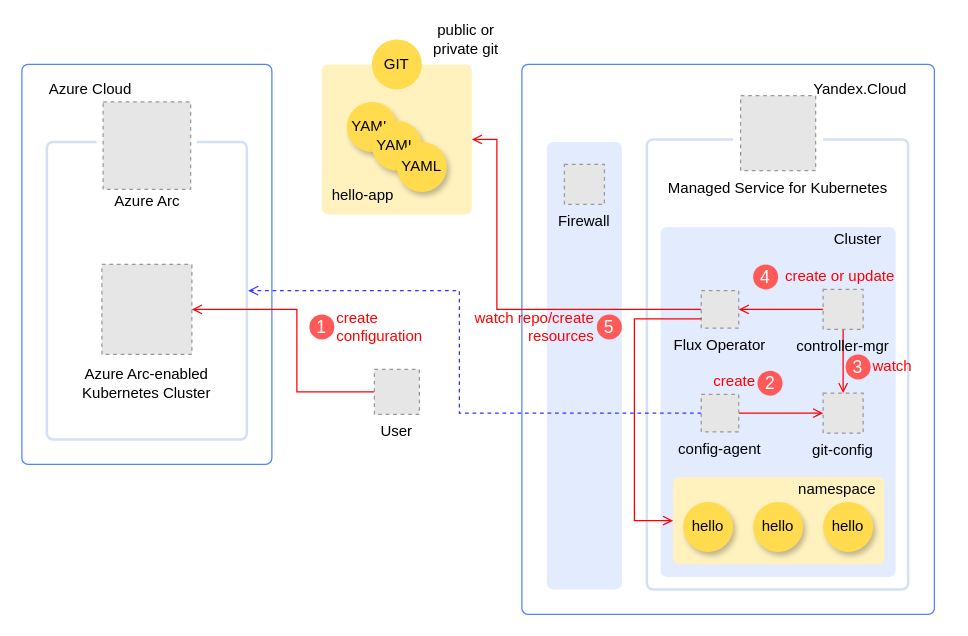
The draw.io diagram CloudIL-Azure Arc Kubernetes/images/yc-azure-arc-gitops.drawio in alavret/yc-solution-library-for-azure, before the edit. Source tidied: cells renumbered, new cells numbered last; positions are measured from the earlier drawing's top-left corner, leaving out a move shared by most shapes. Both pictures are drawn from the tidied source at 125%, with x=0, y=0 at pixel (21, 26). Pictures stored in the file or linked from it are replaced by grey dashed boxes.
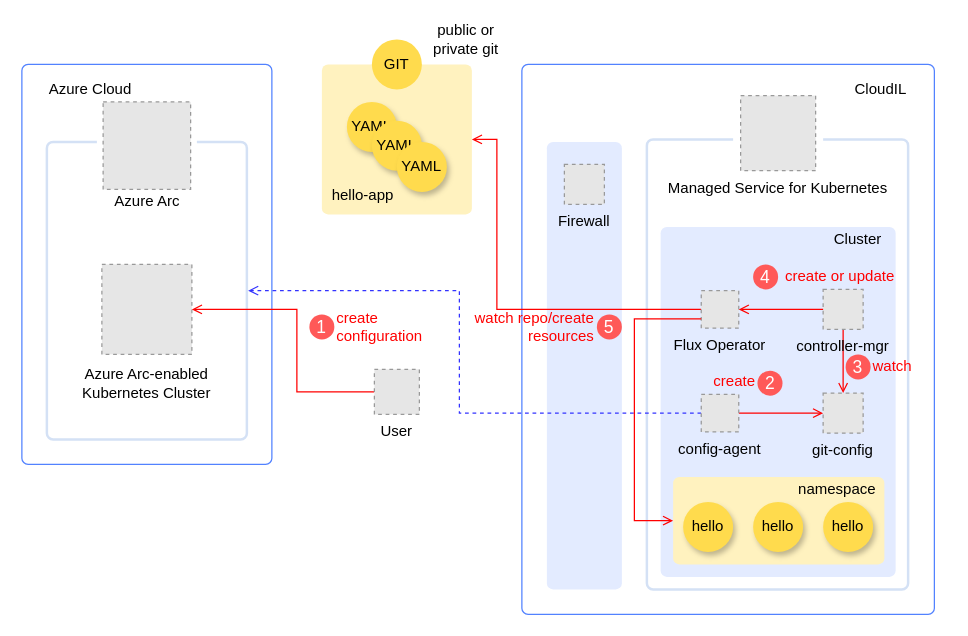
Above is the later version.

Change to the diagram source:
```diff
@@
-    <mxCell id="20" value="Yandex.Cloud" style="text;html=1;strokeColor=none;fillColor=none;align=right;verticalAlign=middle;whiteSpace=wrap;rounded=0;" parent="1" vertex="1">
+    <mxCell id="20" value="CloudIL" style="text;html=1;strokeColor=none;fillColor=none;align=right;verticalAlign=middle;whiteSpace=wrap;rounded=0;" parent="1" vertex="1">
       <mxGeometry x="500" y="30" width="210" height="40" as="geometry" />
     </mxCell>
```
